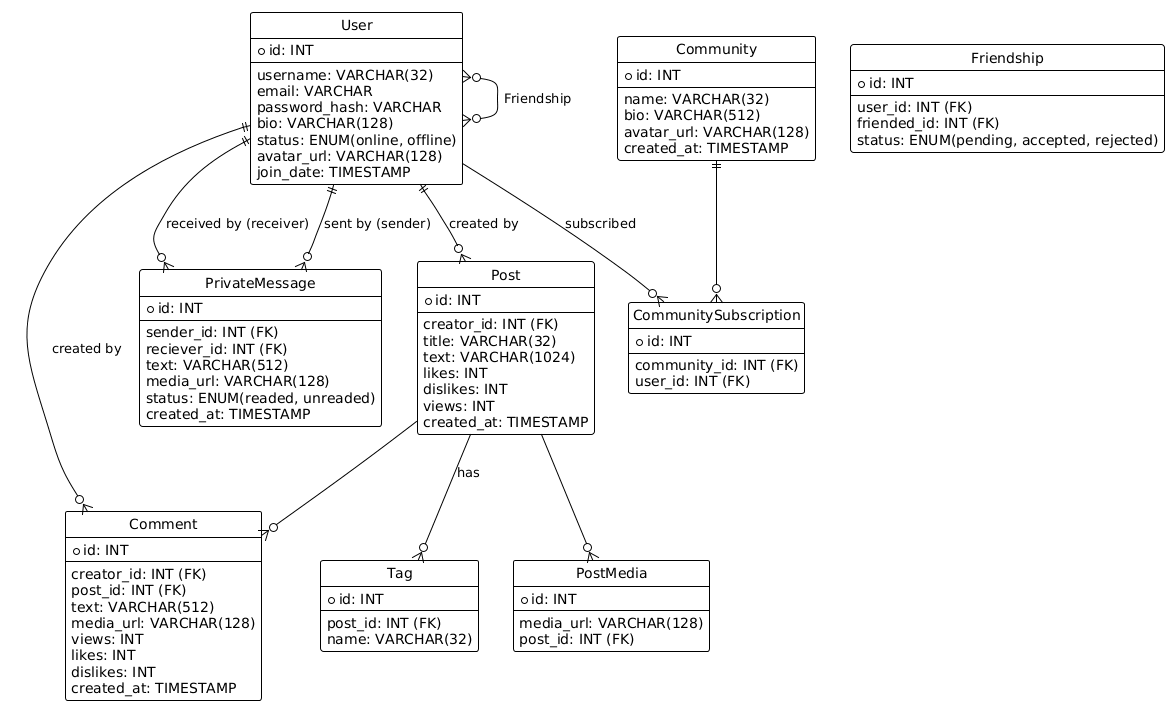
This is docs/ERD diagrams/PlantUML/plantuml.png from fakeowl1/microblog-api, a PlantUML export, as it was before one commit.
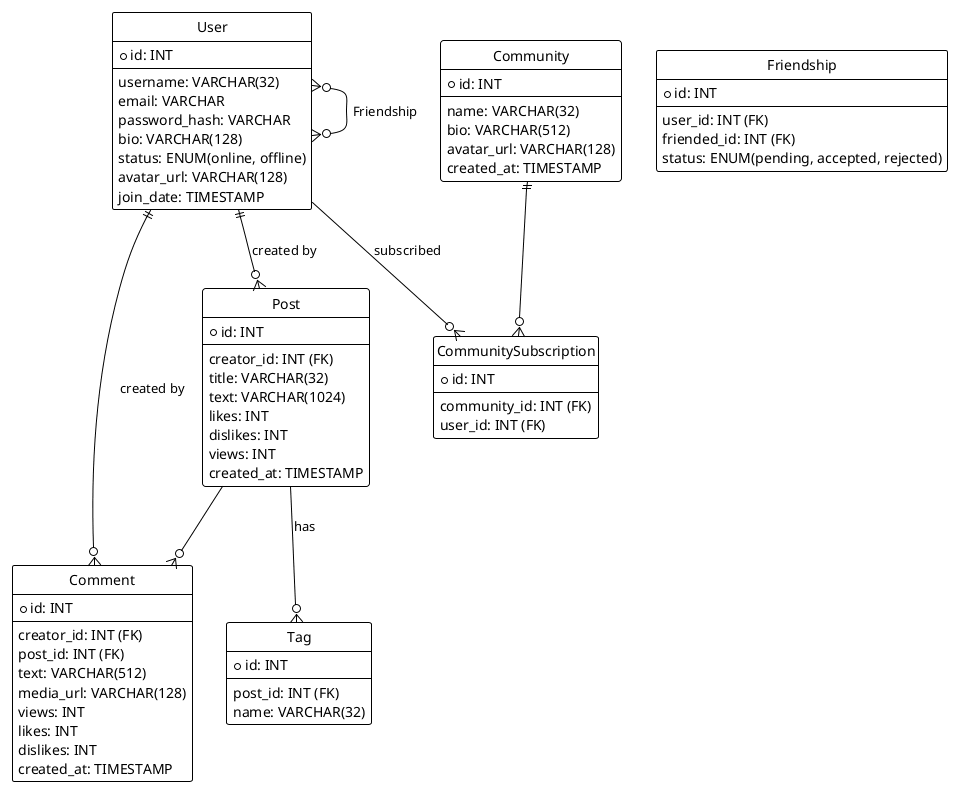
The same file after the commit.

Commit message:
BREAKING CHANGE: delete PostMedia & PrivateMessage from ERD diagram

Diff of the diagram source:
```diff
@@ -47,13 +47,6 @@
   name: VARCHAR(32)
 }
 
-entity "PostMedia" as PostMedia {
-  *id: INT
-  --
-  media_url: VARCHAR(128)
-  post_id: INT (FK)
-}
-
 entity "Community" as Community {
   *id: INT
   --
@@ -78,22 +71,9 @@
   status: ENUM(pending, accepted, rejected)
 }
 
-entity "PrivateMessage" as PrivateMessage {
-  *id: INT
-  --
-  sender_id: INT (FK)
-  reciever_id: INT (FK)
-  text: VARCHAR(512)
-  media_url: VARCHAR(128)
-  status: ENUM(readed, unreaded)
-  created_at: TIMESTAMP
-}
-
 Post --o{ Tag : has
 
 Post --o{ Comment
-
-Post --o{ PostMedia
 
 User ||--o{ Post: created by
 User ||--o{ Comment: created by
@@ -103,7 +83,4 @@
 
 User }o--o{ User : Friendship
 
-User ||--o{ PrivateMessage: sent by (sender)
-User ||--o{ PrivateMessage: received by (receiver)
-
 @enduml
```
